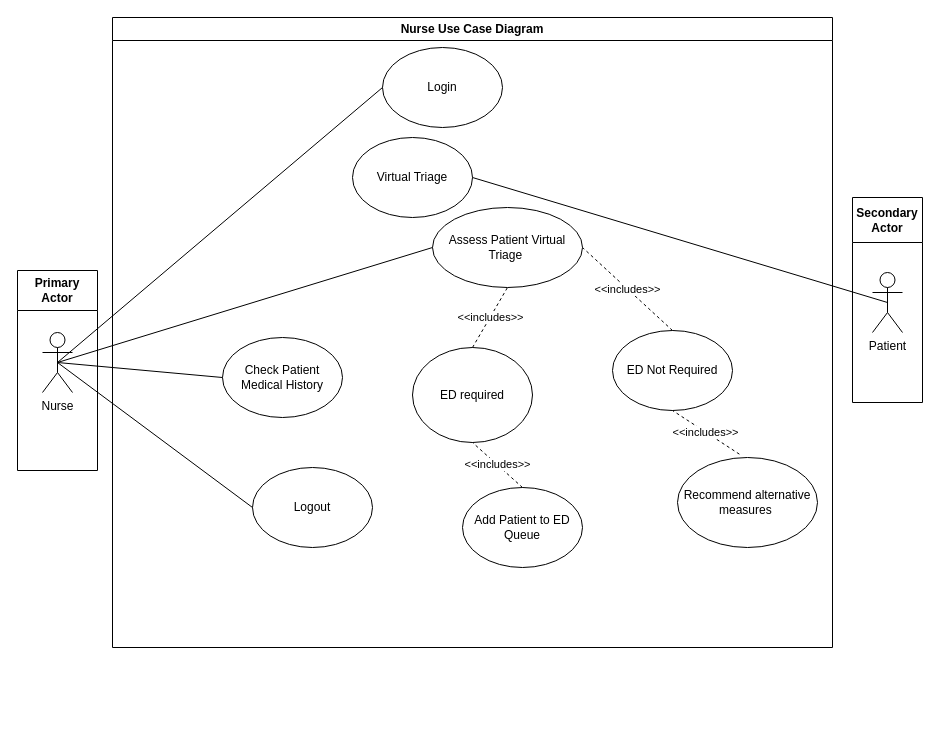
Above: Project Milestone 1/Primary_actor_nurse.drawio in SENG-350-2024-fall/Team-6 (draw.io), before the change. Source tidied: cells renumbered, new cells numbered last; positions are measured from the earlier drawing's top-left corner, leaving out a move shared by most shapes. Both pictures are drawn from the tidied source at 100%, with x=0, y=0 at pixel (17, 17).
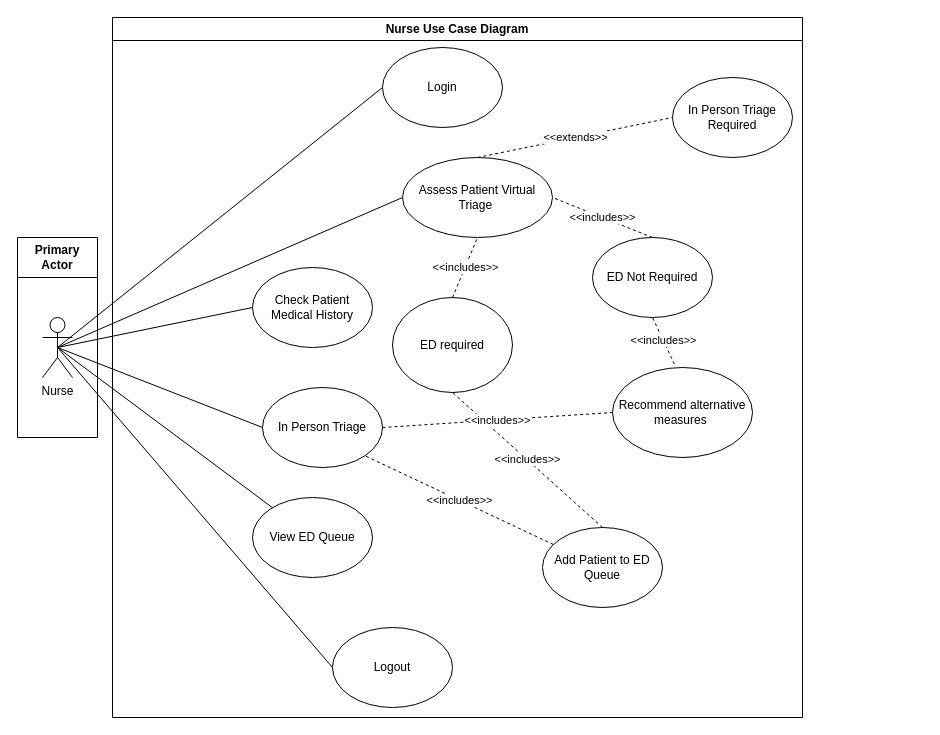
After the change.

The edit, as a diff of the source:
```diff
@@
-    <mxCell id="2" value="Nurse" style="shape=umlActor;verticalLabelPosition=bottom;verticalAlign=top;html=1;outlineConnect=0;" parent="1" vertex="1">
-      <mxGeometry x="25" y="315" width="30" height="60" as="geometry" />
-    </mxCell>
@@
-    <mxCell id="5" value="Virtual Triage" style="ellipse;whiteSpace=wrap;html=1;" parent="1" vertex="1">
-      <mxGeometry x="335" y="120" width="120" height="80" as="geometry" />
-    </mxCell>
-    <mxCell id="6" style="endArrow=none;html=1;rounded=0;entryX=1;entryY=0.5;entryDx=0;entryDy=0;exitX=0.5;exitY=0.5;exitDx=0;exitDy=0;exitPerimeter=0;" parent="1" edge="1" source="23" target="5">
-      <mxGeometry relative="1" as="geometry" />
-    </mxCell>
+    <mxCell id="8" style="endArrow=none;html=1;rounded=0;entryX=0;entryY=0.5;entryDx=0;entryDy=0;exitX=0.5;exitY=0.5;exitDx=0;exitDy=0;exitPerimeter=0;" parent="1" edge="1" source="2" target="7">
+      <mxGeometry relative="1" as="geometry" />
+    </mxCell>
+    <mxCell id="14" style="endArrow=none;html=1;rounded=0;entryX=0;entryY=0.5;entryDx=0;entryDy=0;exitX=0.5;exitY=0.5;exitDx=0;exitDy=0;exitPerimeter=0;" parent="1" edge="1" source="2" target="9">
+      <mxGeometry relative="1" as="geometry" />
+    </mxCell>
+    <mxCell id="20" style="endArrow=none;html=1;rounded=0;entryX=0.5;entryY=0.5;entryDx=0;entryDy=0;entryPerimeter=0;exitX=0;exitY=0.5;exitDx=0;exitDy=0;" parent="1" edge="1" source="19" target="2">
+      <mxGeometry relative="1" as="geometry" />
+    </mxCell>
+    <mxCell id="21" value="Nurse Use Case Diagram" style="swimlane;whiteSpace=wrap;html=1;" parent="1" vertex="1">
+      <mxGeometry x="95" width="690" height="700" as="geometry" />
+    </mxCell>
-    <mxCell id="7" value="Assess Patient Virtual Triage&amp;nbsp;" style="ellipse;whiteSpace=wrap;html=1;" parent="1" vertex="1">
-      <mxGeometry x="415" y="190" width="150" height="80" as="geometry" />
+    <mxCell id="7" value="Assess Patient Virtual Triage&amp;nbsp;" style="ellipse;whiteSpace=wrap;html=1;" parent="21" vertex="1">
+      <mxGeometry x="290" y="140" width="150" height="80" as="geometry" />
     </mxCell>
-    <mxCell id="8" style="endArrow=none;html=1;rounded=0;entryX=0;entryY=0.5;entryDx=0;entryDy=0;exitX=0.5;exitY=0.5;exitDx=0;exitDy=0;exitPerimeter=0;" parent="1" edge="1" source="2" target="7">
-      <mxGeometry relative="1" as="geometry" />
-    </mxCell>
-    <mxCell id="9" value="Check Patient Medical History" style="ellipse;whiteSpace=wrap;html=1;" parent="1" vertex="1">
-      <mxGeometry x="205" y="320" width="120" height="80" as="geometry" />
-    </mxCell>
-    <mxCell id="10" value="ED required" style="ellipse;whiteSpace=wrap;html=1;" parent="1" vertex="1">
-      <mxGeometry x="395" y="330" width="120" height="95" as="geometry" />
+    <mxCell id="10" value="ED required" style="ellipse;whiteSpace=wrap;html=1;" parent="21" vertex="1">
+      <mxGeometry x="280" y="280" width="120" height="95" as="geometry" />
     </mxCell>
-    <mxCell id="11" value="&amp;lt;&amp;lt;includes&amp;gt;&amp;gt;" style="endArrow=none;dashed=1;html=1;rounded=0;entryX=0.5;entryY=1;entryDx=0;entryDy=0;exitX=0.5;exitY=0;exitDx=0;exitDy=0;" parent="1" edge="1" source="10" target="7">
+    <mxCell id="11" value="&amp;lt;&amp;lt;includes&amp;gt;&amp;gt;" style="endArrow=none;dashed=1;html=1;rounded=0;entryX=0.5;entryY=1;entryDx=0;entryDy=0;exitX=0.5;exitY=0;exitDx=0;exitDy=0;" parent="21" edge="1" source="10" target="7">
       <mxGeometry relative="1" as="geometry" />
     </mxCell>
-    <mxCell id="12" value="ED Not Required" style="ellipse;whiteSpace=wrap;html=1;" parent="1" vertex="1">
-      <mxGeometry x="595" y="313" width="120" height="80" as="geometry" />
+    <mxCell id="12" value="ED Not Required" style="ellipse;whiteSpace=wrap;html=1;" parent="21" vertex="1">
+      <mxGeometry x="480" y="220" width="120" height="80" as="geometry" />
     </mxCell>
-    <mxCell id="13" value="&amp;lt;&amp;lt;includes&amp;gt;&amp;gt;" style="endArrow=none;dashed=1;html=1;rounded=0;entryX=1;entryY=0.5;entryDx=0;entryDy=0;exitX=0.5;exitY=0;exitDx=0;exitDy=0;" parent="1" edge="1" source="12" target="7">
+    <mxCell id="13" value="&amp;lt;&amp;lt;includes&amp;gt;&amp;gt;" style="endArrow=none;dashed=1;html=1;rounded=0;entryX=1;entryY=0.5;entryDx=0;entryDy=0;exitX=0.5;exitY=0;exitDx=0;exitDy=0;" parent="21" edge="1" source="12" target="7">
       <mxGeometry relative="1" as="geometry" />
     </mxCell>
-    <mxCell id="14" style="endArrow=none;html=1;rounded=0;entryX=0;entryY=0.5;entryDx=0;entryDy=0;exitX=0.5;exitY=0.5;exitDx=0;exitDy=0;exitPerimeter=0;" parent="1" edge="1" source="2" target="9">
-      <mxGeometry relative="1" as="geometry" />
-    </mxCell>
+    <mxCell id="17" value="Recommend alternative measures&amp;nbsp;" style="ellipse;whiteSpace=wrap;html=1;" parent="21" vertex="1">
+      <mxGeometry x="500" y="350" width="140" height="90" as="geometry" />
+    </mxCell>
+    <mxCell id="18" value="&amp;lt;&amp;lt;includes&amp;gt;&amp;gt;" style="endArrow=none;dashed=1;html=1;rounded=0;entryX=0.5;entryY=1;entryDx=0;entryDy=0;exitX=0.442;exitY=-0.037;exitDx=0;exitDy=0;exitPerimeter=0;" parent="21" edge="1" source="17" target="12">
+      <mxGeometry relative="1" as="geometry" />
+    </mxCell>
-    <mxCell id="15" value="Add Patient to ED Queue" style="ellipse;whiteSpace=wrap;html=1;" parent="1" vertex="1">
-      <mxGeometry x="445" y="470" width="120" height="80" as="geometry" />
+    <mxCell id="15" value="Add Patient to ED Queue" style="ellipse;whiteSpace=wrap;html=1;" parent="21" vertex="1">
+      <mxGeometry x="430" y="510" width="120" height="80" as="geometry" />
     </mxCell>
-    <mxCell id="16" value="&amp;lt;&amp;lt;includes&amp;gt;&amp;gt;" style="endArrow=none;dashed=1;html=1;rounded=0;entryX=0.5;entryY=1;entryDx=0;entryDy=0;exitX=0.5;exitY=0;exitDx=0;exitDy=0;" parent="1" edge="1" source="15" target="10">
+    <mxCell id="16" value="&amp;lt;&amp;lt;includes&amp;gt;&amp;gt;" style="endArrow=none;dashed=1;html=1;rounded=0;entryX=0.5;entryY=1;entryDx=0;entryDy=0;exitX=0.5;exitY=0;exitDx=0;exitDy=0;" parent="21" edge="1" source="15" target="10">
       <mxGeometry relative="1" as="geometry" />
     </mxCell>
-    <mxCell id="17" value="Recommend alternative measures&amp;nbsp;" style="ellipse;whiteSpace=wrap;html=1;" parent="1" vertex="1">
-      <mxGeometry x="660" y="440" width="140" height="90" as="geometry" />
-    </mxCell>
-    <mxCell id="18" value="&amp;lt;&amp;lt;includes&amp;gt;&amp;gt;" style="endArrow=none;dashed=1;html=1;rounded=0;entryX=0.5;entryY=1;entryDx=0;entryDy=0;exitX=0.442;exitY=-0.037;exitDx=0;exitDy=0;exitPerimeter=0;" parent="1" edge="1" source="17" target="12">
-      <mxGeometry relative="1" as="geometry" />
-    </mxCell>
-    <mxCell id="19" value="Logout" style="ellipse;whiteSpace=wrap;html=1;" parent="1" vertex="1">
-      <mxGeometry x="235" y="450" width="120" height="80" as="geometry" />
+    <mxCell id="19" value="Logout" style="ellipse;whiteSpace=wrap;html=1;" parent="21" vertex="1">
+      <mxGeometry x="220" y="610" width="120" height="80" as="geometry" />
     </mxCell>
-    <mxCell id="20" style="endArrow=none;html=1;rounded=0;entryX=0.5;entryY=0.5;entryDx=0;entryDy=0;entryPerimeter=0;exitX=0;exitY=0.5;exitDx=0;exitDy=0;" parent="1" edge="1" source="19" target="2">
-      <mxGeometry relative="1" as="geometry" />
-    </mxCell>
-    <mxCell id="21" value="Nurse Use Case Diagram" style="swimlane;whiteSpace=wrap;html=1;" parent="1" vertex="1">
-      <mxGeometry x="95" width="720" height="630" as="geometry" />
-    </mxCell>
-    <mxCell id="22" value="Secondary Actor" style="swimlane;whiteSpace=wrap;html=1;startSize=45;" parent="1" vertex="1">
-      <mxGeometry x="835" y="180" width="70" height="205" as="geometry" />
-    </mxCell>
-    <mxCell id="23" value="Patient" style="shape=umlActor;verticalLabelPosition=bottom;verticalAlign=top;html=1;outlineConnect=0;" parent="22" vertex="1">
-      <mxGeometry x="20" y="75" width="30" height="60" as="geometry" />
-    </mxCell>
+    <mxCell id="9" value="Check Patient Medical History" style="ellipse;whiteSpace=wrap;html=1;" parent="21" vertex="1">
+      <mxGeometry x="140" y="250" width="120" height="80" as="geometry" />
+    </mxCell>
+    <mxCell id="25" value="In Person Triage" style="ellipse;whiteSpace=wrap;html=1;" parent="21" vertex="1">
+      <mxGeometry x="150" y="370" width="120" height="80" as="geometry" />
+    </mxCell>
+    <mxCell id="26" value="In Person Triage Required" style="ellipse;whiteSpace=wrap;html=1;" parent="21" vertex="1">
+      <mxGeometry x="560" y="60" width="120" height="80" as="geometry" />
+    </mxCell>
+    <mxCell id="27" value="&amp;lt;&amp;lt;extends&amp;gt;&amp;gt;" style="endArrow=none;dashed=1;html=1;rounded=0;entryX=0;entryY=0.5;entryDx=0;entryDy=0;exitX=0.5;exitY=0;exitDx=0;exitDy=0;" parent="21" edge="1" source="7" target="26">
+      <mxGeometry relative="1" as="geometry" />
+    </mxCell>
+    <mxCell id="28" value="&amp;lt;&amp;lt;includes&amp;gt;&amp;gt;" style="endArrow=none;dashed=1;html=1;rounded=0;entryX=1;entryY=1;entryDx=0;entryDy=0;" parent="21" edge="1" source="15" target="25">
+      <mxGeometry relative="1" as="geometry" />
+    </mxCell>
+    <mxCell id="29" value="&amp;lt;&amp;lt;includes&amp;gt;&amp;gt;" style="endArrow=none;dashed=1;html=1;rounded=0;exitX=1;exitY=0.5;exitDx=0;exitDy=0;entryX=0;entryY=0.5;entryDx=0;entryDy=0;" parent="21" edge="1" source="25" target="17">
+      <mxGeometry relative="1" as="geometry" />
+    </mxCell>
+    <mxCell id="30" value="View ED Queue" style="ellipse;whiteSpace=wrap;html=1;" parent="21" vertex="1">
+      <mxGeometry x="140" y="480" width="120" height="80" as="geometry" />
+    </mxCell>
     <mxCell id="24" value="Primary Actor" style="swimlane;whiteSpace=wrap;html=1;startSize=40;" parent="1" vertex="1">
-      <mxGeometry y="253" width="80" height="200" as="geometry" />
+      <mxGeometry y="220" width="80" height="200" as="geometry" />
     </mxCell>
+    <mxCell id="2" value="Nurse" style="shape=umlActor;verticalLabelPosition=bottom;verticalAlign=top;html=1;outlineConnect=0;" parent="24" vertex="1">
+      <mxGeometry x="25" y="80" width="30" height="60" as="geometry" />
+    </mxCell>
+    <mxCell id="31" style="endArrow=none;html=1;rounded=0;entryX=0;entryY=0.5;entryDx=0;entryDy=0;exitX=0.5;exitY=0.5;exitDx=0;exitDy=0;exitPerimeter=0;" parent="1" edge="1" source="2" target="25">
+      <mxGeometry relative="1" as="geometry" />
+    </mxCell>
+    <mxCell id="32" style="endArrow=none;html=1;rounded=0;entryX=0.5;entryY=0.5;entryDx=0;entryDy=0;entryPerimeter=0;" parent="1" edge="1" source="30" target="2">
+      <mxGeometry relative="1" as="geometry" />
+    </mxCell>
```
